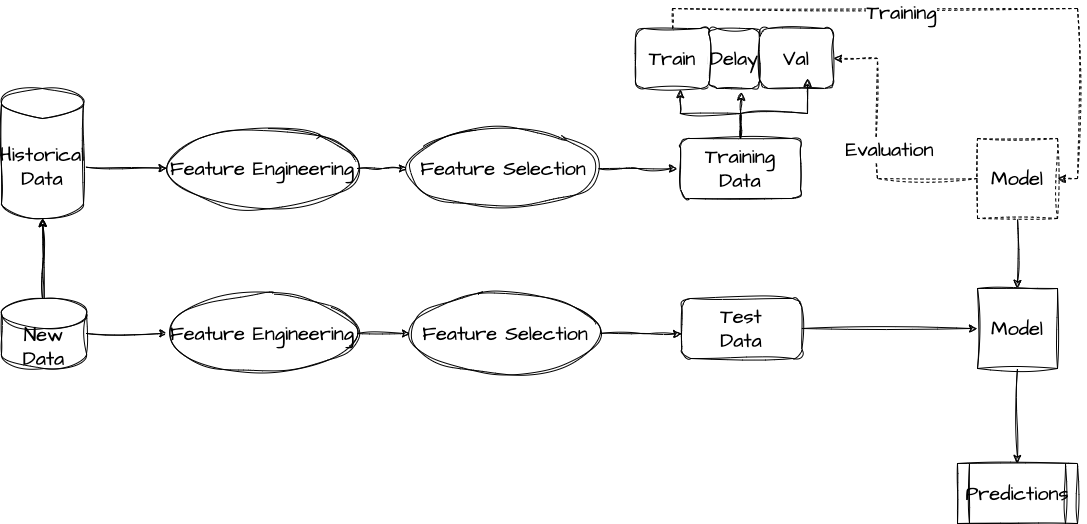
ichbinlan99/Fraud-Detection-TR keeps this draw.io diagram as out/workflow.png. Above is the earlier version. Source tidied: cells renumbered, new cells last; positions are measured from the earlier drawing's top-left corner, leaving out a move shared by most shapes.
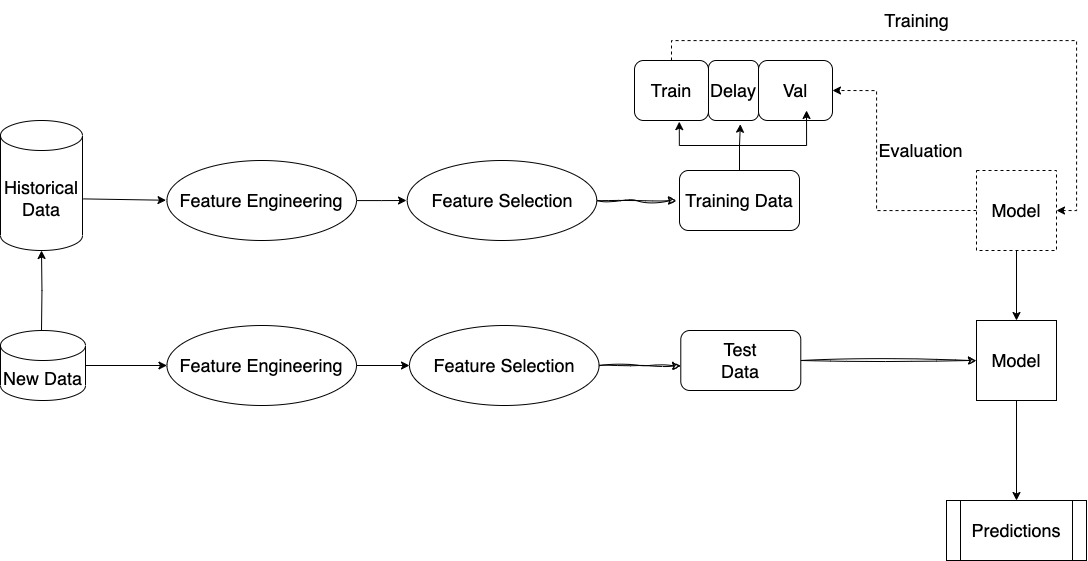
After the commit.

Change to the diagram source:
```diff
@@ -2,28 +2,28 @@
   <root>
     <mxCell id="0" />
     <mxCell id="1" parent="0" />
-    <mxCell id="2" style="rounded=0;sketch=1;hachureGap=4;jiggle=2;curveFitting=1;jettySize=auto;html=1;fontFamily=Architects Daughter;fontSource=https%3A%2F%2Ffonts.googleapis.com%2Fcss%3Ffamily%3DArchitects%2BDaughter;fontSize=16;exitX=1.008;exitY=0.603;exitDx=0;exitDy=0;exitPerimeter=0;" parent="1" edge="1" source="21">
+    <mxCell id="2" style="rounded=0;hachureGap=4;jettySize=auto;html=1;fontFamily=Helvetica;fontSize=18;exitX=1.008;exitY=0.603;exitDx=0;exitDy=0;exitPerimeter=0;" parent="1" edge="1" source="19">
       <mxGeometry relative="1" as="geometry">
         <mxPoint x="165.5" y="139.7" as="targetPoint" />
       </mxGeometry>
     </mxCell>
-    <mxCell id="3" style="edgeStyle=orthogonalEdgeStyle;rounded=0;sketch=1;hachureGap=4;jiggle=2;curveFitting=1;jettySize=auto;html=1;fontFamily=Architects Daughter;fontSource=https%3A%2F%2Ffonts.googleapis.com%2Fcss%3Ffamily%3DArchitects%2BDaughter;fontSize=16;" parent="1" edge="1" source="4">
+    <mxCell id="3" style="edgeStyle=orthogonalEdgeStyle;rounded=0;hachureGap=4;jettySize=auto;html=1;fontFamily=Helvetica;fontSize=18;" parent="1" edge="1" source="4">
       <mxGeometry relative="1" as="geometry">
         <mxPoint x="406" y="140" as="targetPoint" />
       </mxGeometry>
     </mxCell>
-    <mxCell id="4" value="Feature Engineering" style="ellipse;whiteSpace=wrap;html=1;sketch=1;hachureGap=4;jiggle=2;curveFitting=1;fontFamily=Architects Daughter;fontSource=https%3A%2F%2Ffonts.googleapis.com%2Fcss%3Ffamily%3DArchitects%2BDaughter;fontSize=20;" parent="1" vertex="1">
+    <mxCell id="4" value="Feature Engineering" style="ellipse;whiteSpace=wrap;html=1;hachureGap=4;fontFamily=Helvetica;fontSize=18;" parent="1" vertex="1">
       <mxGeometry x="166.4" y="100" width="189.6" height="80" as="geometry" />
     </mxCell>
-    <mxCell id="5" style="edgeStyle=orthogonalEdgeStyle;rounded=0;sketch=1;hachureGap=4;jiggle=2;curveFitting=1;jettySize=auto;html=1;fontFamily=Architects Daughter;fontSource=https%3A%2F%2Ffonts.googleapis.com%2Fcss%3Ffamily%3DArchitects%2BDaughter;fontSize=16;" parent="1" edge="1" source="6">
+    <mxCell id="5" style="edgeStyle=orthogonalEdgeStyle;rounded=0;sketch=1;hachureGap=4;jiggle=2;curveFitting=1;jettySize=auto;html=1;fontFamily=Helvetica;fontSize=18;" parent="1" edge="1" source="6">
       <mxGeometry relative="1" as="geometry">
         <mxPoint x="676" y="140" as="targetPoint" />
       </mxGeometry>
     </mxCell>
-    <mxCell id="6" value="Feature Selection" style="ellipse;whiteSpace=wrap;html=1;sketch=1;hachureGap=4;jiggle=2;curveFitting=1;fontFamily=Architects Daughter;fontSource=https%3A%2F%2Ffonts.googleapis.com%2Fcss%3Ffamily%3DArchitects%2BDaughter;fontSize=20;" parent="1" vertex="1">
+    <mxCell id="6" value="Feature Selection" style="ellipse;whiteSpace=wrap;html=1;hachureGap=4;fontFamily=Helvetica;fontSize=18;" parent="1" vertex="1">
       <mxGeometry x="406.7" y="100" width="189.6" height="80" as="geometry" />
     </mxCell>
-    <mxCell id="7" style="edgeStyle=orthogonalEdgeStyle;rounded=0;sketch=1;hachureGap=4;jiggle=2;curveFitting=1;jettySize=auto;html=1;exitX=0;exitY=0.5;exitDx=0;exitDy=0;fontFamily=Architects Daughter;fontSource=https%3A%2F%2Ffonts.googleapis.com%2Fcss%3Ffamily%3DArchitects%2BDaughter;fontSize=16;dashed=1;entryX=1;entryY=0.5;entryDx=0;entryDy=0;" parent="1" edge="1" source="10" target="17">
+    <mxCell id="7" style="edgeStyle=orthogonalEdgeStyle;rounded=0;hachureGap=4;jettySize=auto;html=1;exitX=0;exitY=0.5;exitDx=0;exitDy=0;fontFamily=Helvetica;fontSize=18;dashed=1;entryX=1;entryY=0.5;entryDx=0;entryDy=0;" parent="1" edge="1" source="9" target="15">
       <mxGeometry relative="1" as="geometry">
         <Array as="points">
           <mxPoint x="876" y="150" />
@@ -31,92 +31,85 @@
         </Array>
       </mxGeometry>
     </mxCell>
-    <mxCell id="8" value="Evaluation" style="edgeLabel;html=1;align=center;verticalAlign=middle;fontSize=20;fontFamily=Architects Daughter;" parent="7" vertex="1">
-      <mxGeometry x="-0.65" y="-4" relative="1" as="geometry">
-        <mxPoint x="-43" y="-26" as="offset" />
-      </mxGeometry>
+    <mxCell id="8" style="edgeStyle=orthogonalEdgeStyle;rounded=0;hachureGap=4;jettySize=auto;html=1;fontFamily=Helvetica;fontSize=18;entryX=0.5;entryY=0;entryDx=0;entryDy=0;" parent="1" edge="1" source="9" target="22">
+      <mxGeometry relative="1" as="geometry" />
     </mxCell>
-    <mxCell id="9" style="edgeStyle=orthogonalEdgeStyle;rounded=0;sketch=1;hachureGap=4;jiggle=2;curveFitting=1;jettySize=auto;html=1;fontFamily=Architects Daughter;fontSource=https%3A%2F%2Ffonts.googleapis.com%2Fcss%3Ffamily%3DArchitects%2BDaughter;fontSize=16;entryX=0.5;entryY=0;entryDx=0;entryDy=0;" parent="1" edge="1" source="10" target="25">
-      <mxGeometry relative="1" as="geometry" />
+    <mxCell id="9" value="Model" style="whiteSpace=wrap;html=1;hachureGap=4;fontFamily=Helvetica;fontSize=18;dashed=1;" parent="1" vertex="1">
+      <mxGeometry x="976" y="110" width="80" height="80" as="geometry" />
     </mxCell>
-    <mxCell id="10" value="Model" style="whiteSpace=wrap;html=1;sketch=1;hachureGap=4;jiggle=2;curveFitting=1;fontFamily=Architects Daughter;fontSource=https%3A%2F%2Ffonts.googleapis.com%2Fcss%3Ffamily%3DArchitects%2BDaughter;fontSize=20;dashed=1;" parent="1" vertex="1">
-      <mxGeometry x="976" y="110" width="80" height="80" as="geometry" />
+    <mxCell id="10" style="edgeStyle=orthogonalEdgeStyle;rounded=0;hachureGap=4;jettySize=auto;html=1;entryX=0.5;entryY=1;entryDx=0;entryDy=0;fontFamily=Helvetica;fontSize=18;entryPerimeter=0;" parent="1" edge="1" target="19">
+      <mxGeometry relative="1" as="geometry">
+        <mxPoint x="41" y="270" as="sourcePoint" />
+      </mxGeometry>
     </mxCell>
-    <mxCell id="11" style="edgeStyle=orthogonalEdgeStyle;rounded=0;sketch=1;hachureGap=4;jiggle=2;curveFitting=1;jettySize=auto;html=1;entryX=0.5;entryY=1;entryDx=0;entryDy=0;fontFamily=Architects Daughter;fontSource=https%3A%2F%2Ffonts.googleapis.com%2Fcss%3Ffamily%3DArchitects%2BDaughter;fontSize=16;entryPerimeter=0;" parent="1" edge="1" target="21">
-      <mxGeometry relative="1" as="geometry">
-        <mxPoint x="41" y="270" as="sourcePoint" />
-      </mxGeometry>
+    <mxCell id="11" value="Training Data" style="rounded=1;whiteSpace=wrap;html=1;hachureGap=4;fontFamily=Helvetica;fontSize=18;" parent="1" vertex="1">
+      <mxGeometry x="679" y="110" width="120" height="60" as="geometry" />
     </mxCell>
-    <mxCell id="12" value="Training Data" style="rounded=1;whiteSpace=wrap;html=1;sketch=1;hachureGap=4;jiggle=2;curveFitting=1;fontFamily=Architects Daughter;fontSource=https%3A%2F%2Ffonts.googleapis.com%2Fcss%3Ffamily%3DArchitects%2BDaughter;fontSize=20;" parent="1" vertex="1">
-      <mxGeometry x="679" y="110" width="120" height="60" as="geometry" />
+    <mxCell id="12" style="edgeStyle=orthogonalEdgeStyle;rounded=0;hachureGap=4;jettySize=auto;html=1;exitX=0.5;exitY=0;exitDx=0;exitDy=0;entryX=1;entryY=0.5;entryDx=0;entryDy=0;fontFamily=Helvetica;fontSize=18;dashed=1;" parent="1" edge="1" source="13" target="9">
+      <mxGeometry relative="1" as="geometry" />
     </mxCell>
-    <mxCell id="13" style="edgeStyle=orthogonalEdgeStyle;rounded=0;sketch=1;hachureGap=4;jiggle=2;curveFitting=1;jettySize=auto;html=1;exitX=0.5;exitY=0;exitDx=0;exitDy=0;entryX=1;entryY=0.5;entryDx=0;entryDy=0;fontFamily=Architects Daughter;fontSource=https%3A%2F%2Ffonts.googleapis.com%2Fcss%3Ffamily%3DArchitects%2BDaughter;fontSize=16;dashed=1;" parent="1" edge="1" source="15" target="10">
-      <mxGeometry relative="1" as="geometry" />
+    <mxCell id="13" value="Train" style="rounded=1;whiteSpace=wrap;html=1;hachureGap=4;fontFamily=Helvetica;fontSize=18;direction=east;" parent="1" vertex="1">
+      <mxGeometry x="634" width="74" height="60" as="geometry" />
     </mxCell>
-    <mxCell id="14" value="Training" style="edgeLabel;html=1;align=center;verticalAlign=middle;points=[];fontSize=20;fontFamily=Architects Daughter;" parent="13" vertex="1">
-      <mxGeometry x="0.1" y="-3" relative="1" as="geometry">
-        <mxPoint x="-92" as="offset" />
-      </mxGeometry>
+    <mxCell id="14" value="Delay" style="rounded=1;whiteSpace=wrap;html=1;hachureGap=4;fontFamily=Helvetica;fontSize=18;" parent="1" vertex="1">
+      <mxGeometry x="708" width="50" height="60" as="geometry" />
     </mxCell>
-    <mxCell id="15" value="Train" style="rounded=1;whiteSpace=wrap;html=1;sketch=1;hachureGap=4;jiggle=2;curveFitting=1;fontFamily=Architects Daughter;fontSource=https%3A%2F%2Ffonts.googleapis.com%2Fcss%3Ffamily%3DArchitects%2BDaughter;fontSize=20;direction=east;" parent="1" vertex="1">
-      <mxGeometry x="634" width="74" height="60" as="geometry" />
+    <mxCell id="15" value="Val" style="rounded=1;whiteSpace=wrap;html=1;hachureGap=4;fontFamily=Helvetica;fontSize=18;" parent="1" vertex="1">
+      <mxGeometry x="758" width="74" height="60" as="geometry" />
     </mxCell>
-    <mxCell id="16" value="Delay" style="rounded=1;whiteSpace=wrap;html=1;sketch=1;hachureGap=4;jiggle=2;curveFitting=1;fontFamily=Architects Daughter;fontSource=https%3A%2F%2Ffonts.googleapis.com%2Fcss%3Ffamily%3DArchitects%2BDaughter;fontSize=20;" parent="1" vertex="1">
-      <mxGeometry x="708" width="50" height="60" as="geometry" />
+    <mxCell id="16" style="edgeStyle=orthogonalEdgeStyle;rounded=0;hachureGap=4;jettySize=auto;html=1;entryX=0.637;entryY=1.062;entryDx=0;entryDy=0;entryPerimeter=0;fontFamily=Helvetica;fontSize=18;" parent="1" edge="1" source="11" target="14">
+      <mxGeometry relative="1" as="geometry" />
     </mxCell>
-    <mxCell id="17" value="Val" style="rounded=1;whiteSpace=wrap;html=1;sketch=1;hachureGap=4;jiggle=2;curveFitting=1;fontFamily=Architects Daughter;fontSource=https%3A%2F%2Ffonts.googleapis.com%2Fcss%3Ffamily%3DArchitects%2BDaughter;fontSize=20;" parent="1" vertex="1">
-      <mxGeometry x="758" width="74" height="60" as="geometry" />
+    <mxCell id="17" style="edgeStyle=orthogonalEdgeStyle;rounded=0;hachureGap=4;jettySize=auto;html=1;entryX=0.605;entryY=1.019;entryDx=0;entryDy=0;entryPerimeter=0;fontFamily=Helvetica;fontSize=18;" parent="1" edge="1" source="11" target="13">
+      <mxGeometry relative="1" as="geometry" />
     </mxCell>
-    <mxCell id="18" style="edgeStyle=orthogonalEdgeStyle;rounded=0;sketch=1;hachureGap=4;jiggle=2;curveFitting=1;jettySize=auto;html=1;entryX=0.637;entryY=1.062;entryDx=0;entryDy=0;entryPerimeter=0;fontFamily=Architects Daughter;fontSource=https%3A%2F%2Ffonts.googleapis.com%2Fcss%3Ffamily%3DArchitects%2BDaughter;fontSize=16;" parent="1" edge="1" source="12" target="16">
+    <mxCell id="18" style="edgeStyle=orthogonalEdgeStyle;rounded=0;hachureGap=4;jettySize=auto;html=1;entryX=0.649;entryY=0.833;entryDx=0;entryDy=0;entryPerimeter=0;fontFamily=Helvetica;fontSize=18;" parent="1" edge="1" source="11" target="15">
       <mxGeometry relative="1" as="geometry" />
     </mxCell>
-    <mxCell id="19" style="edgeStyle=orthogonalEdgeStyle;rounded=0;sketch=1;hachureGap=4;jiggle=2;curveFitting=1;jettySize=auto;html=1;entryX=0.605;entryY=1.019;entryDx=0;entryDy=0;entryPerimeter=0;fontFamily=Architects Daughter;fontSource=https%3A%2F%2Ffonts.googleapis.com%2Fcss%3Ffamily%3DArchitects%2BDaughter;fontSize=16;" parent="1" edge="1" source="12" target="15">
-      <mxGeometry relative="1" as="geometry" />
+    <mxCell id="19" value="Historical Data" style="shape=cylinder3;whiteSpace=wrap;html=1;boundedLbl=1;backgroundOutline=1;size=15;hachureGap=4;fontFamily=Helvetica;fontSize=18;" parent="1" vertex="1">
+      <mxGeometry y="60" width="82" height="130" as="geometry" />
     </mxCell>
-    <mxCell id="20" style="edgeStyle=orthogonalEdgeStyle;rounded=0;sketch=1;hachureGap=4;jiggle=2;curveFitting=1;jettySize=auto;html=1;entryX=0.649;entryY=0.833;entryDx=0;entryDy=0;entryPerimeter=0;fontFamily=Architects Daughter;fontSource=https%3A%2F%2Ffonts.googleapis.com%2Fcss%3Ffamily%3DArchitects%2BDaughter;fontSize=16;" parent="1" edge="1" source="12" target="17">
-      <mxGeometry relative="1" as="geometry" />
+    <mxCell id="20" value="New Data" style="shape=cylinder3;whiteSpace=wrap;html=1;boundedLbl=1;backgroundOutline=1;size=15;hachureGap=4;fontFamily=Helvetica;fontSize=18;" parent="1" vertex="1">
+      <mxGeometry y="270" width="85" height="70" as="geometry" />
     </mxCell>
-    <mxCell id="21" value="Historical Data" style="shape=cylinder3;whiteSpace=wrap;html=1;boundedLbl=1;backgroundOutline=1;size=15;sketch=1;hachureGap=4;jiggle=2;curveFitting=1;fontFamily=Architects Daughter;fontSource=https%3A%2F%2Ffonts.googleapis.com%2Fcss%3Ffamily%3DArchitects%2BDaughter;fontSize=20;" parent="1" vertex="1">
-      <mxGeometry y="60" width="82" height="130" as="geometry" />
+    <mxCell id="21" style="edgeStyle=orthogonalEdgeStyle;rounded=0;hachureGap=4;jettySize=auto;html=1;fontFamily=Helvetica;fontSize=18;" parent="1" edge="1" source="22" target="31">
+      <mxGeometry relative="1" as="geometry" />
     </mxCell>
-    <mxCell id="22" style="edgeStyle=orthogonalEdgeStyle;rounded=0;sketch=1;hachureGap=4;jiggle=2;curveFitting=1;jettySize=auto;html=1;fontFamily=Architects Daughter;fontSource=https%3A%2F%2Ffonts.googleapis.com%2Fcss%3Ffamily%3DArchitects%2BDaughter;fontSize=16;" parent="1" edge="1" source="23" target="21">
-      <mxGeometry relative="1" as="geometry" />
+    <mxCell id="22" value="Model" style="whiteSpace=wrap;html=1;hachureGap=4;fontFamily=Helvetica;fontSize=18;" parent="1" vertex="1">
+      <mxGeometry x="976" y="260" width="80" height="80" as="geometry" />
     </mxCell>
-    <mxCell id="23" value="New Data" style="shape=cylinder3;whiteSpace=wrap;html=1;boundedLbl=1;backgroundOutline=1;size=15;sketch=1;hachureGap=4;jiggle=2;curveFitting=1;fontFamily=Architects Daughter;fontSource=https%3A%2F%2Ffonts.googleapis.com%2Fcss%3Ffamily%3DArchitects%2BDaughter;fontSize=20;" parent="1" vertex="1">
-      <mxGeometry y="270" width="85" height="70" as="geometry" />
+    <mxCell id="23" style="edgeStyle=orthogonalEdgeStyle;rounded=0;hachureGap=4;jettySize=auto;html=1;fontFamily=Helvetica;fontSize=18;exitX=1;exitY=0.5;exitDx=0;exitDy=0;exitPerimeter=0;" parent="1" edge="1" source="20" target="24">
+      <mxGeometry relative="1" as="geometry" />
     </mxCell>
-    <mxCell id="24" style="edgeStyle=orthogonalEdgeStyle;rounded=0;sketch=1;hachureGap=4;jiggle=2;curveFitting=1;jettySize=auto;html=1;fontFamily=Architects Daughter;fontSource=https%3A%2F%2Ffonts.googleapis.com%2Fcss%3Ffamily%3DArchitects%2BDaughter;fontSize=16;" parent="1" edge="1" source="25" target="34">
-      <mxGeometry relative="1" as="geometry" />
+    <mxCell id="24" value="Feature Engineering" style="ellipse;whiteSpace=wrap;html=1;hachureGap=4;fontFamily=Helvetica;fontSize=18;" parent="1" vertex="1">
+      <mxGeometry x="166.4" y="265" width="189.6" height="80" as="geometry" />
     </mxCell>
-    <mxCell id="25" value="Model" style="whiteSpace=wrap;html=1;sketch=1;hachureGap=4;jiggle=2;curveFitting=1;fontFamily=Architects Daughter;fontSource=https%3A%2F%2Ffonts.googleapis.com%2Fcss%3Ffamily%3DArchitects%2BDaughter;fontSize=20;" parent="1" vertex="1">
-      <mxGeometry x="976" y="260" width="80" height="80" as="geometry" />
+    <mxCell id="25" style="edgeStyle=orthogonalEdgeStyle;rounded=0;hachureGap=4;jettySize=auto;html=1;fontFamily=Helvetica;fontSize=18;exitX=1;exitY=0.5;exitDx=0;exitDy=0;exitPerimeter=0;" parent="1" edge="1" source="24" target="27">
+      <mxGeometry relative="1" as="geometry" />
     </mxCell>
-    <mxCell id="26" style="edgeStyle=orthogonalEdgeStyle;rounded=0;sketch=1;hachureGap=4;jiggle=2;curveFitting=1;jettySize=auto;html=1;fontFamily=Architects Daughter;fontSource=https%3A%2F%2Ffonts.googleapis.com%2Fcss%3Ffamily%3DArchitects%2BDaughter;fontSize=16;exitX=1;exitY=0.5;exitDx=0;exitDy=0;exitPerimeter=0;" parent="1" edge="1" source="23" target="27">
+    <mxCell id="26" style="edgeStyle=orthogonalEdgeStyle;rounded=0;sketch=1;hachureGap=4;jiggle=2;curveFitting=1;jettySize=auto;html=1;fontFamily=Helvetica;fontSize=18;entryX=-0.001;entryY=0.591;entryDx=0;entryDy=0;entryPerimeter=0;" parent="1" edge="1" source="27" target="29">
       <mxGeometry relative="1" as="geometry" />
     </mxCell>
-    <mxCell id="27" value="Feature Engineering" style="ellipse;whiteSpace=wrap;html=1;sketch=1;hachureGap=4;jiggle=2;curveFitting=1;fontFamily=Architects Daughter;fontSource=https%3A%2F%2Ffonts.googleapis.com%2Fcss%3Ffamily%3DArchitects%2BDaughter;fontSize=20;" parent="1" vertex="1">
-      <mxGeometry x="166.4" y="265" width="189.6" height="80" as="geometry" />
+    <mxCell id="27" value="Feature Selection" style="ellipse;whiteSpace=wrap;html=1;hachureGap=4;fontFamily=Helvetica;fontSize=18;" parent="1" vertex="1">
+      <mxGeometry x="409" y="265" width="189.6" height="80" as="geometry" />
     </mxCell>
-    <mxCell id="28" style="edgeStyle=orthogonalEdgeStyle;rounded=0;sketch=1;hachureGap=4;jiggle=2;curveFitting=1;jettySize=auto;html=1;fontFamily=Architects Daughter;fontSource=https%3A%2F%2Ffonts.googleapis.com%2Fcss%3Ffamily%3DArchitects%2BDaughter;fontSize=16;exitX=1;exitY=0.5;exitDx=0;exitDy=0;exitPerimeter=0;" parent="1" edge="1" source="27" target="30">
-      <mxGeometry relative="1" as="geometry" />
+    <mxCell id="28" style="shape=waypoint;size=6;fillColor=default;perimeter=centerPerimeter;fontSize=18;fontFamily=Helvetica;hachureGap=4;" parent="1" vertex="1">
+      <mxGeometry x="763.4" y="295" width="20" height="20" as="geometry" />
     </mxCell>
-    <mxCell id="29" style="edgeStyle=orthogonalEdgeStyle;rounded=0;sketch=1;hachureGap=4;jiggle=2;curveFitting=1;jettySize=auto;html=1;fontFamily=Architects Daughter;fontSource=https%3A%2F%2Ffonts.googleapis.com%2Fcss%3Ffamily%3DArchitects%2BDaughter;fontSize=16;entryX=-0.001;entryY=0.591;entryDx=0;entryDy=0;entryPerimeter=0;" parent="1" edge="1" source="30" target="32">
-      <mxGeometry relative="1" as="geometry" />
+    <mxCell id="29" value="Test &lt;br style=&quot;font-size: 18px;&quot;&gt;Data" style="rounded=1;whiteSpace=wrap;html=1;hachureGap=4;fontFamily=Helvetica;fontSize=18;" parent="1" vertex="1">
+      <mxGeometry x="680.3" y="270" width="120" height="60" as="geometry" />
     </mxCell>
-    <mxCell id="30" value="Feature Selection" style="ellipse;whiteSpace=wrap;html=1;sketch=1;hachureGap=4;jiggle=2;curveFitting=1;fontFamily=Architects Daughter;fontSource=https%3A%2F%2Ffonts.googleapis.com%2Fcss%3Ffamily%3DArchitects%2BDaughter;fontSize=20;" parent="1" vertex="1">
-      <mxGeometry x="409" y="265" width="189.6" height="80" as="geometry" />
+    <mxCell id="30" style="edgeStyle=orthogonalEdgeStyle;rounded=0;sketch=1;hachureGap=4;jiggle=2;curveFitting=1;jettySize=auto;html=1;entryX=0;entryY=0.5;entryDx=0;entryDy=0;fontFamily=Helvetica;fontSize=18;" parent="1" edge="1" source="29" target="22">
+      <mxGeometry relative="1" as="geometry" />
     </mxCell>
-    <mxCell id="31" style="shape=waypoint;sketch=1;size=6;points=[];fillColor=default;perimeter=centerPerimeter;snapToPoint=1;fontSize=20;fontFamily=Architects Daughter;hachureGap=4;jiggle=2;curveFitting=1;fontSource=https%3A%2F%2Ffonts.googleapis.com%2Fcss%3Ffamily%3DArchitects%2BDaughter;" parent="1" vertex="1">
-      <mxGeometry x="763.4" y="295" width="20" height="20" as="geometry" />
+    <mxCell id="31" value="Predictions" style="shape=process;whiteSpace=wrap;html=1;backgroundOutline=1;fontSize=18;fontFamily=Helvetica;hachureGap=4;" parent="1" vertex="1">
+      <mxGeometry x="946" y="440" width="140" height="60" as="geometry" />
     </mxCell>
-    <mxCell id="32" value="Test &lt;br&gt;Data" style="rounded=1;whiteSpace=wrap;html=1;sketch=1;hachureGap=4;jiggle=2;curveFitting=1;fontFamily=Architects Daughter;fontSource=https%3A%2F%2Ffonts.googleapis.com%2Fcss%3Ffamily%3DArchitects%2BDaughter;fontSize=20;" parent="1" vertex="1">
-      <mxGeometry x="680.3" y="270" width="120" height="60" as="geometry" />
+    <mxCell id="32" value="&lt;font style=&quot;font-size: 18px;&quot;&gt;Evaluation&lt;/font&gt;" style="text;html=1;align=center;verticalAlign=middle;points=[];strokeColor=none;fillColor=none;fontSize=18;fontFamily=Helvetica;" parent="1" vertex="1">
+      <mxGeometry x="865" y="70" width="110" height="40" as="geometry" />
     </mxCell>
-    <mxCell id="33" style="edgeStyle=orthogonalEdgeStyle;rounded=0;sketch=1;hachureGap=4;jiggle=2;curveFitting=1;jettySize=auto;html=1;entryX=0;entryY=0.5;entryDx=0;entryDy=0;fontFamily=Architects Daughter;fontSource=https%3A%2F%2Ffonts.googleapis.com%2Fcss%3Ffamily%3DArchitects%2BDaughter;fontSize=16;" parent="1" edge="1" source="32" target="25">
-      <mxGeometry relative="1" as="geometry" />
+    <mxCell id="33" value="&lt;font style=&quot;font-size: 18px;&quot;&gt;Training&lt;/font&gt;" style="text;html=1;align=center;verticalAlign=middle;strokeColor=none;fillColor=none;fontSize=18;fontFamily=Helvetica;" parent="1" vertex="1">
+      <mxGeometry x="871" y="-60" width="90" height="40" as="geometry" />
     </mxCell>
-    <mxCell id="34" value="Predictions" style="shape=process;whiteSpace=wrap;html=1;backgroundOutline=1;fontSize=20;fontFamily=Architects Daughter;sketch=1;hachureGap=4;jiggle=2;curveFitting=1;fontSource=https%3A%2F%2Ffonts.googleapis.com%2Fcss%3Ffamily%3DArchitects%2BDaughter;" parent="1" vertex="1">
-      <mxGeometry x="956" y="435" width="120" height="60" as="geometry" />
-    </mxCell>
   </root>
 </mxGraphModel>
```
